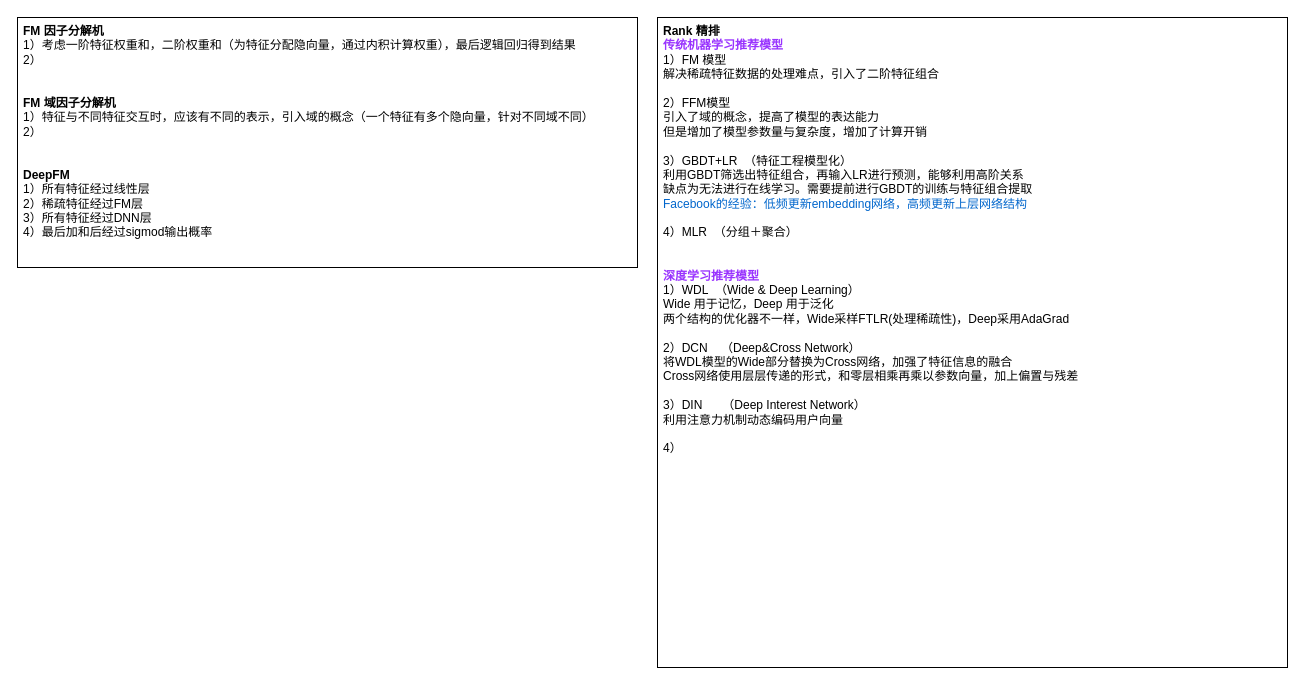
Above: RecModel.drawio in limpid-11/drawio (draw.io), before the change. Source tidied: cells renumbered, new cells numbered last; positions are measured from the earlier drawing's top-left corner, leaving out a move shared by most shapes. Both pictures are drawn from the tidied source at 100%, with x=0, y=0 at pixel (17, 17).
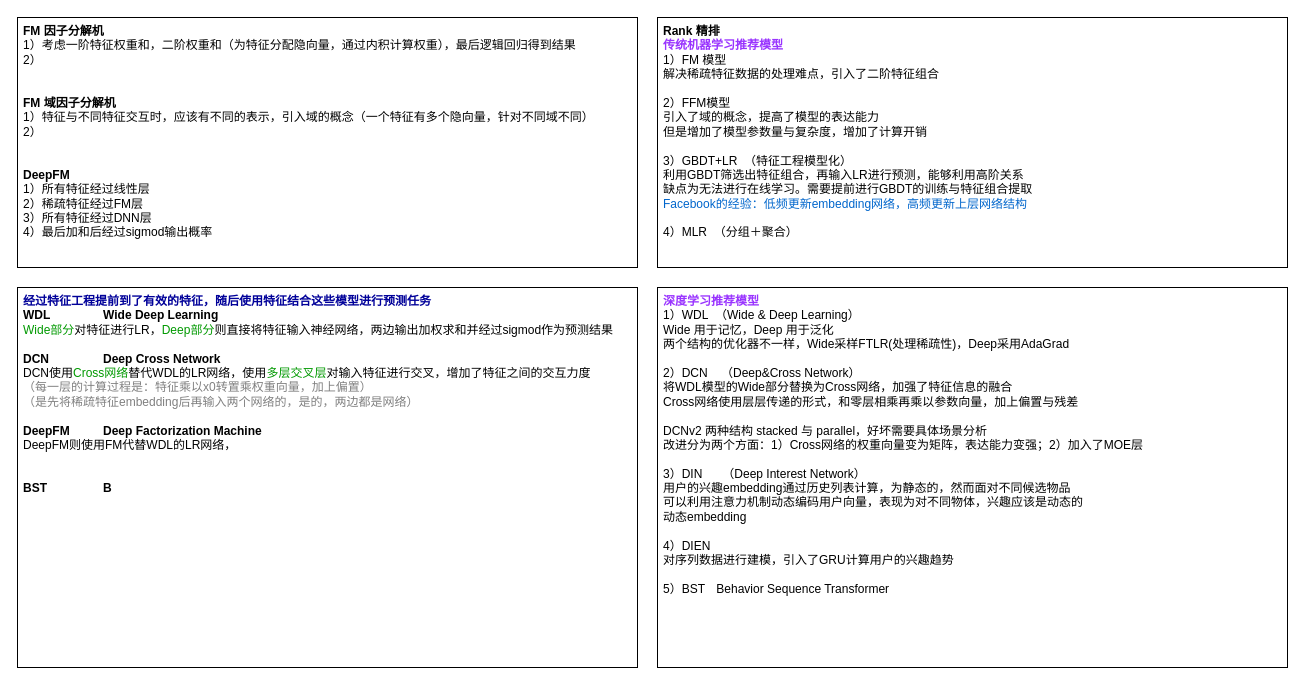
After the change.

Change to the diagram source:
```diff
@@
 <mxGraphModel>
   <root>
     <mxCell id="0" />
     <mxCell id="1" parent="0" />
     <mxCell id="2" value="&lt;b&gt;FM 因子分解机&lt;/b&gt;&lt;br&gt;&lt;div&gt;1）考虑一阶特征权重和，二阶权重和（为特征分配隐向量，通过内积计算权重），最后逻辑回归得到结果&lt;/div&gt;&lt;div&gt;2）&lt;/div&gt;&lt;div&gt;&lt;br&gt;&lt;/div&gt;&lt;div&gt;&lt;br&gt;&lt;/div&gt;&lt;div&gt;&lt;b&gt;FM 域因子分解机&lt;/b&gt;&lt;br&gt;&lt;/div&gt;&lt;div&gt;1）特征与不同特征交互时，应该有不同的表示，引入域的概念（一个特征有多个隐向量，针对不同域不同）&lt;b&gt;&lt;br&gt;&lt;/b&gt;&lt;/div&gt;&lt;div&gt;2）&lt;/div&gt;&lt;div&gt;&lt;br&gt;&lt;/div&gt;&lt;div&gt;&lt;br&gt;&lt;/div&gt;&lt;div&gt;&lt;b&gt;DeepFM&amp;nbsp;&lt;/b&gt;&lt;br&gt;&lt;/div&gt;&lt;div&gt;1）所有特征经过线性层&lt;b&gt;&lt;br&gt;&lt;/b&gt;&lt;/div&gt;&lt;div&gt;2）稀疏特征经过FM层&lt;/div&gt;&lt;div&gt;3）所有特征经过DNN层&lt;/div&gt;&lt;div&gt;4）最后加和后经过sigmod输出概率&lt;/div&gt;" style="rounded=0;whiteSpace=wrap;html=1;align=left;verticalAlign=top;spacingLeft=4;" parent="1" vertex="1">
       <mxGeometry width="620" height="250" as="geometry" />
     </mxCell>
-    <mxCell id="3" value="&lt;b&gt;Rank 精排&lt;/b&gt;&lt;div&gt;&lt;b&gt;&lt;font color=&quot;#9933ff&quot;&gt;传统机器学习推荐模型&lt;/font&gt;&lt;br&gt;&lt;/b&gt;&lt;div&gt;1）FM 模型&lt;/div&gt;&lt;div&gt;解决稀疏特征数据的处理难点，引入了二阶特征组合&lt;/div&gt;&lt;div&gt;&lt;br&gt;&lt;/div&gt;&lt;div&gt;2）FFM模型&lt;/div&gt;&lt;div&gt;引入了域的概念，提高了模型的表达能力&lt;/div&gt;&lt;div&gt;但是增加了模型参数量与复杂度，增加了计算开销&lt;/div&gt;&lt;div&gt;&lt;br&gt;&lt;/div&gt;&lt;div&gt;3）GBDT+LR&amp;nbsp; （特征工程模型化）&lt;/div&gt;&lt;div&gt;利用GBDT筛选出特征组合，再输入LR进行预测，能够利用高阶关系&lt;/div&gt;&lt;div&gt;缺点为无法进行在线学习。需要提前进行GBDT的训练与特征组合提取&lt;/div&gt;&lt;div&gt;&lt;font color=&quot;#0066cc&quot;&gt;Facebook的经验：低频更新embedding网络，高频更新上层网络结构&lt;/font&gt;&lt;/div&gt;&lt;div&gt;&lt;br&gt;&lt;/div&gt;&lt;div&gt;4）MLR&amp;nbsp; （分组＋聚合）&lt;/div&gt;&lt;div&gt;&lt;br&gt;&lt;/div&gt;&lt;div&gt;&lt;br&gt;&lt;/div&gt;&lt;div&gt;&lt;b&gt;&lt;font color=&quot;#9933ff&quot;&gt;深度学习推荐模型&lt;/font&gt;&lt;/b&gt;&lt;br&gt;&lt;/div&gt;&lt;div&gt;1）WDL&amp;nbsp; （Wide &amp;amp; Deep Learning）&lt;/div&gt;&lt;/div&gt;&lt;div&gt;Wide 用于记忆，Deep 用于泛化&lt;/div&gt;&lt;div&gt;两个结构的优化器不一样，Wide采样FTLR(处理稀疏性)，Deep采用AdaGrad&lt;/div&gt;&lt;div&gt;&lt;br&gt;&lt;/div&gt;&lt;div&gt;2）DCN&amp;nbsp; &amp;nbsp; （Deep&amp;amp;Cross Network）&lt;/div&gt;&lt;div&gt;将WDL模型的Wide部分替换为Cross网络，加强了特征信息的融合&lt;/div&gt;&lt;div&gt;Cross网络使用层层传递的形式，和零层相乘再乘以参数向量，加上偏置与残差&lt;/div&gt;&lt;div&gt;&lt;br&gt;&lt;/div&gt;&lt;div&gt;3）DIN&amp;nbsp; &amp;nbsp; &amp;nbsp; （Deep Interest Network）&lt;/div&gt;&lt;div&gt;利用注意力机制动态编码用户向量&lt;/div&gt;&lt;div&gt;&lt;br&gt;&lt;/div&gt;&lt;div&gt;4）&lt;/div&gt;" style="rounded=0;whiteSpace=wrap;html=1;align=left;verticalAlign=top;spacingLeft=4;" parent="1" vertex="1">
-      <mxGeometry x="640" width="630" height="650" as="geometry" />
+    <mxCell id="3" value="&lt;b&gt;Rank 精排&lt;/b&gt;&lt;div&gt;&lt;b&gt;&lt;font color=&quot;#9933ff&quot;&gt;传统机器学习推荐模型&lt;/font&gt;&lt;br&gt;&lt;/b&gt;&lt;div&gt;1）FM 模型&lt;/div&gt;&lt;div&gt;解决稀疏特征数据的处理难点，引入了二阶特征组合&lt;/div&gt;&lt;div&gt;&lt;br&gt;&lt;/div&gt;&lt;div&gt;2）FFM模型&lt;/div&gt;&lt;div&gt;引入了域的概念，提高了模型的表达能力&lt;/div&gt;&lt;div&gt;但是增加了模型参数量与复杂度，增加了计算开销&lt;/div&gt;&lt;div&gt;&lt;br&gt;&lt;/div&gt;&lt;div&gt;3）GBDT+LR&amp;nbsp; （特征工程模型化）&lt;/div&gt;&lt;div&gt;利用GBDT筛选出特征组合，再输入LR进行预测，能够利用高阶关系&lt;/div&gt;&lt;div&gt;缺点为无法进行在线学习。需要提前进行GBDT的训练与特征组合提取&lt;/div&gt;&lt;div&gt;&lt;font color=&quot;#0066cc&quot;&gt;Facebook的经验：低频更新embedding网络，高频更新上层网络结构&lt;/font&gt;&lt;/div&gt;&lt;div&gt;&lt;br&gt;&lt;/div&gt;&lt;div&gt;4）MLR&amp;nbsp; （分组＋聚合）&lt;/div&gt;&lt;/div&gt;" style="rounded=0;whiteSpace=wrap;html=1;align=left;verticalAlign=top;spacingLeft=4;" parent="1" vertex="1">
+      <mxGeometry x="640" width="630" height="250" as="geometry" />
     </mxCell>
+    <mxCell id="4" value="&lt;div&gt;&lt;b&gt;&lt;font color=&quot;#000099&quot;&gt;经过特征工程提前到了有效的特征，随后使用特征结合这些模型进行预测任务&lt;/font&gt;&lt;/b&gt;&lt;/div&gt;&lt;div&gt;&lt;b&gt;WDL&lt;span style=&quot;white-space: pre;&quot;&gt;&#9;&lt;/span&gt;&lt;span style=&quot;white-space: pre;&quot;&gt;&#9;Wide Deep Learning&lt;/span&gt;&lt;/b&gt;&lt;/div&gt;&lt;div style=&quot;&quot;&gt;&lt;font color=&quot;#009900&quot;&gt;Wide部分&lt;/font&gt;对特征进行LR，&lt;font color=&quot;#009900&quot;&gt;Deep部分&lt;/font&gt;则直接将特征输入神经网络，两边输出加权求和并经过sigmod作为预测结果&lt;/div&gt;&lt;div style=&quot;&quot;&gt;&lt;br&gt;&lt;/div&gt;&lt;b&gt;DCN&lt;span style=&quot;white-space: pre;&quot;&gt;&#9;&lt;/span&gt;&lt;span style=&quot;white-space: pre;&quot;&gt;&#9;&lt;/span&gt;Deep Cross Network&lt;/b&gt;&lt;br&gt;&lt;div&gt;DCN使用&lt;font color=&quot;#009900&quot;&gt;Cross网络&lt;/font&gt;替代WDL的LR网络，&lt;span style=&quot;background-color: initial;&quot;&gt;使用&lt;font color=&quot;#009900&quot;&gt;多层交叉层&lt;/font&gt;对输入特征进行交叉，&lt;/span&gt;&lt;span style=&quot;background-color: initial;&quot;&gt;增加了特征之间的交互力度&lt;/span&gt;&lt;/div&gt;&lt;div&gt;&lt;font color=&quot;#808080&quot;&gt;（每一层的计算过程是：特征乘以x0转置乘权重向量，加上偏置）&lt;/font&gt;&lt;/div&gt;&lt;div&gt;&lt;font color=&quot;#808080&quot;&gt;（是先将稀疏特征embedding后再输入两个网络的，是的，两边都是网络）&lt;/font&gt;&lt;/div&gt;&lt;div&gt;&lt;br&gt;&lt;/div&gt;&lt;div&gt;&lt;b&gt;DeepFM&lt;span style=&quot;white-space: pre;&quot;&gt;&#9;&lt;/span&gt;&lt;span style=&quot;white-space: pre;&quot;&gt;&#9;&lt;/span&gt;&lt;/b&gt;&lt;b style=&quot;background-color: initial;&quot;&gt;Deep Factorization Machine&lt;/b&gt;&lt;/div&gt;&lt;div&gt;DeepFM则使用FM代替WDL的LR网络，&lt;/div&gt;&lt;div&gt;&lt;br&gt;&lt;/div&gt;&lt;div&gt;&lt;br&gt;&lt;/div&gt;&lt;div&gt;&lt;b&gt;BST&lt;span style=&quot;white-space: pre;&quot;&gt;&#9;&lt;/span&gt;&lt;span style=&quot;white-space: pre;&quot;&gt;&#9;&lt;/span&gt;&lt;span style=&quot;white-space: pre;&quot;&gt;&#9;&lt;/span&gt;B&lt;/b&gt;&lt;/div&gt;&lt;div&gt;&lt;br&gt;&lt;/div&gt;" style="rounded=0;whiteSpace=wrap;html=1;align=left;verticalAlign=top;spacingLeft=4;" parent="1" vertex="1">
+      <mxGeometry y="270" width="620" height="380" as="geometry" />
+    </mxCell>
+    <mxCell id="5" value="&lt;div&gt;&lt;div&gt;&lt;b style=&quot;background-color: initial;&quot;&gt;&lt;font color=&quot;#9933ff&quot;&gt;深度学习推荐模型&lt;/font&gt;&lt;/b&gt;&lt;br&gt;&lt;/div&gt;&lt;div&gt;1）WDL&amp;nbsp; （Wide &amp;amp; Deep Learning）&lt;/div&gt;&lt;/div&gt;&lt;div&gt;Wide 用于记忆，Deep 用于泛化&lt;/div&gt;&lt;div&gt;两个结构的优化器不一样，Wide采样FTLR(处理稀疏性)，Deep采用AdaGrad&lt;/div&gt;&lt;div&gt;&lt;br&gt;&lt;/div&gt;&lt;div&gt;2）DCN&amp;nbsp; &amp;nbsp; （Deep&amp;amp;Cross Network）&lt;/div&gt;&lt;div&gt;将WDL模型的Wide部分替换为Cross网络，加强了特征信息的融合&lt;/div&gt;&lt;div&gt;Cross网络使用层层传递的形式，和零层相乘再乘以参数向量，加上偏置与残差&lt;/div&gt;&lt;div&gt;&lt;br&gt;&lt;/div&gt;&lt;div&gt;DCNv2 两种结构 stacked 与 parallel，好坏需要具体场景分析&lt;/div&gt;&lt;div&gt;改进分为两个方面：1）Cross网络的权重向量变为矩阵，表达能力变强；2）加入了MOE层&lt;/div&gt;&lt;div&gt;&lt;br&gt;&lt;/div&gt;&lt;div&gt;3）DIN&amp;nbsp; &amp;nbsp; &amp;nbsp; （Deep Interest Network）&lt;/div&gt;&lt;div&gt;用户的兴趣embedding通过历史列表计算，为静态的，然而面对不同候选物品&lt;/div&gt;&lt;div&gt;可以利用注意力机制动态编码用户向量，表现为对不同物体，兴趣应该是动态的&lt;/div&gt;&lt;div&gt;动态embedding&lt;/div&gt;&lt;div&gt;&lt;br&gt;&lt;/div&gt;&lt;div&gt;4）DIEN&amp;nbsp;&lt;/div&gt;&lt;div&gt;对序列数据进行建模，引入了GRU计算用户的兴趣趋势&lt;/div&gt;&lt;div&gt;&lt;br&gt;&lt;/div&gt;&lt;div&gt;5）BST&amp;nbsp;&lt;span style=&quot;white-space: pre;&quot;&gt;&#9;&lt;/span&gt;&lt;span style=&quot;background-color: initial;&quot;&gt;Behavior Sequence Transformer&lt;/span&gt;&lt;/div&gt;&lt;div&gt;&lt;span style=&quot;background-color: initial;&quot;&gt;&lt;br&gt;&lt;/span&gt;&lt;/div&gt;" style="rounded=0;whiteSpace=wrap;html=1;align=left;verticalAlign=top;spacingLeft=4;" parent="1" vertex="1">
+      <mxGeometry x="640" y="270" width="630" height="380" as="geometry" />
+    </mxCell>
   </root>
 </mxGraphModel>
```
